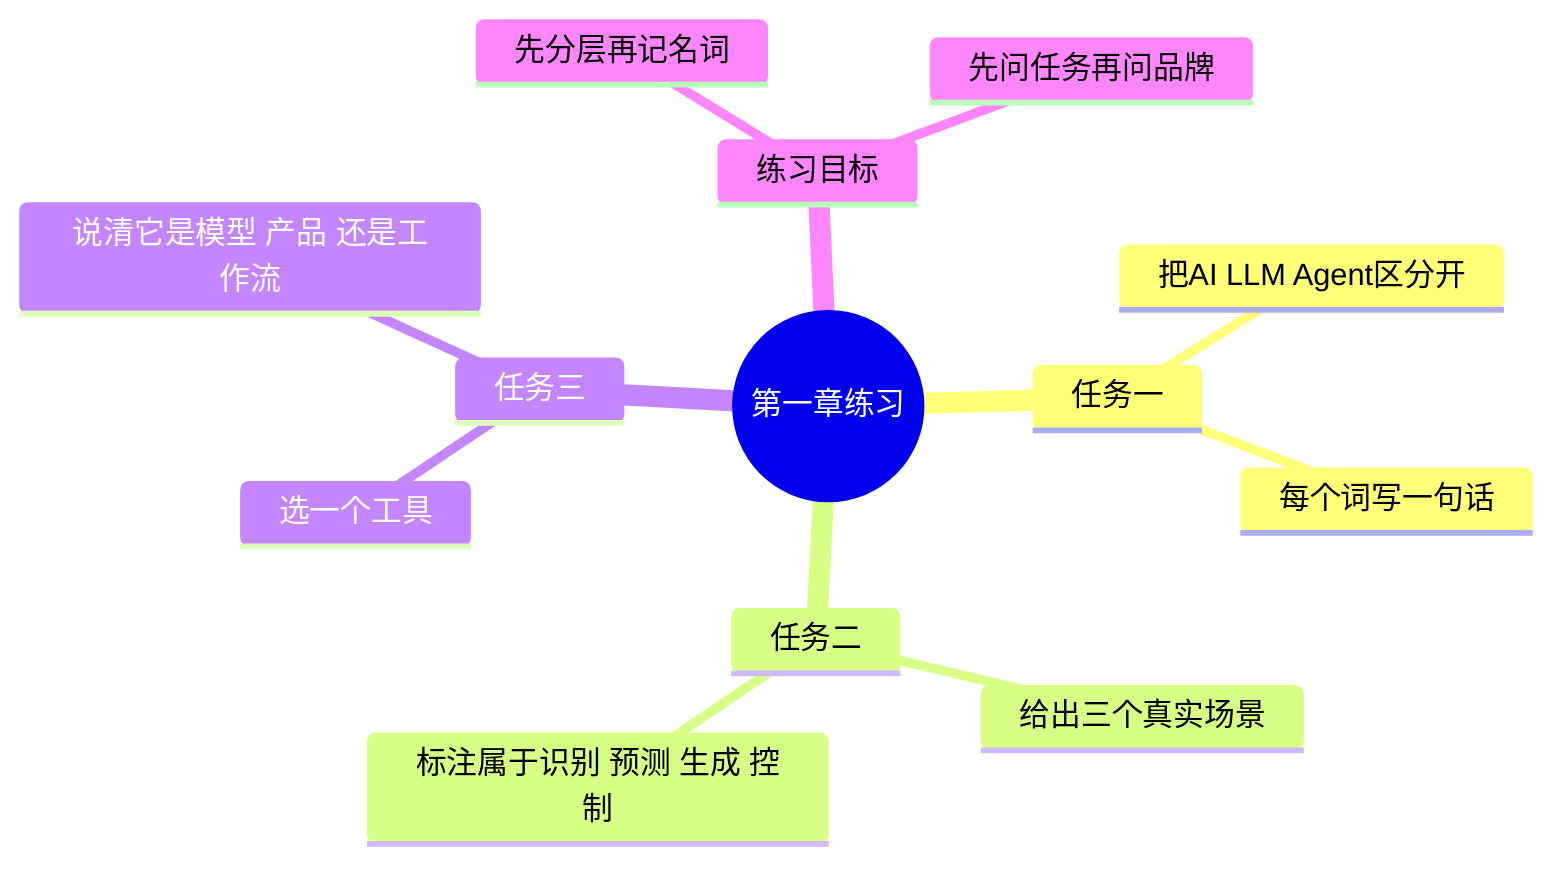
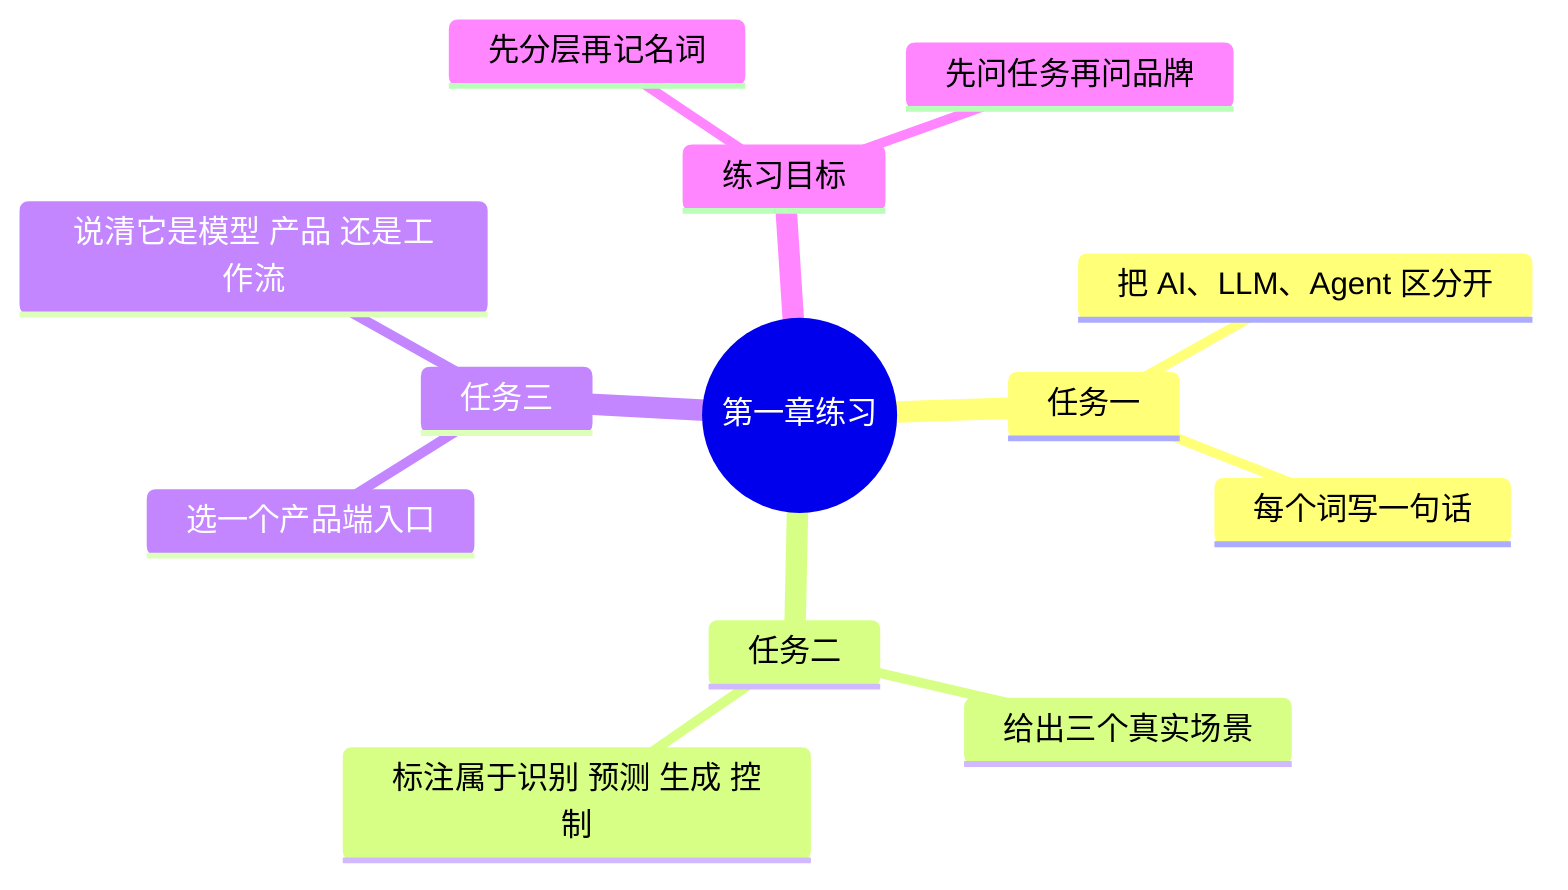
- ﻿mindmap
+ mindmap
  root((第一章练习))
    任务一
-       把AI LLM Agent区分开
+       把 AI、LLM、Agent 区分开
      每个词写一句话
    任务二
      给出三个真实场景
      标注属于识别 预测 生成 控制
    任务三
-       选一个工具
+       选一个产品端入口
      说清它是模型 产品 还是工作流
    练习目标
      先分层再记名词
      先问任务再问品牌
